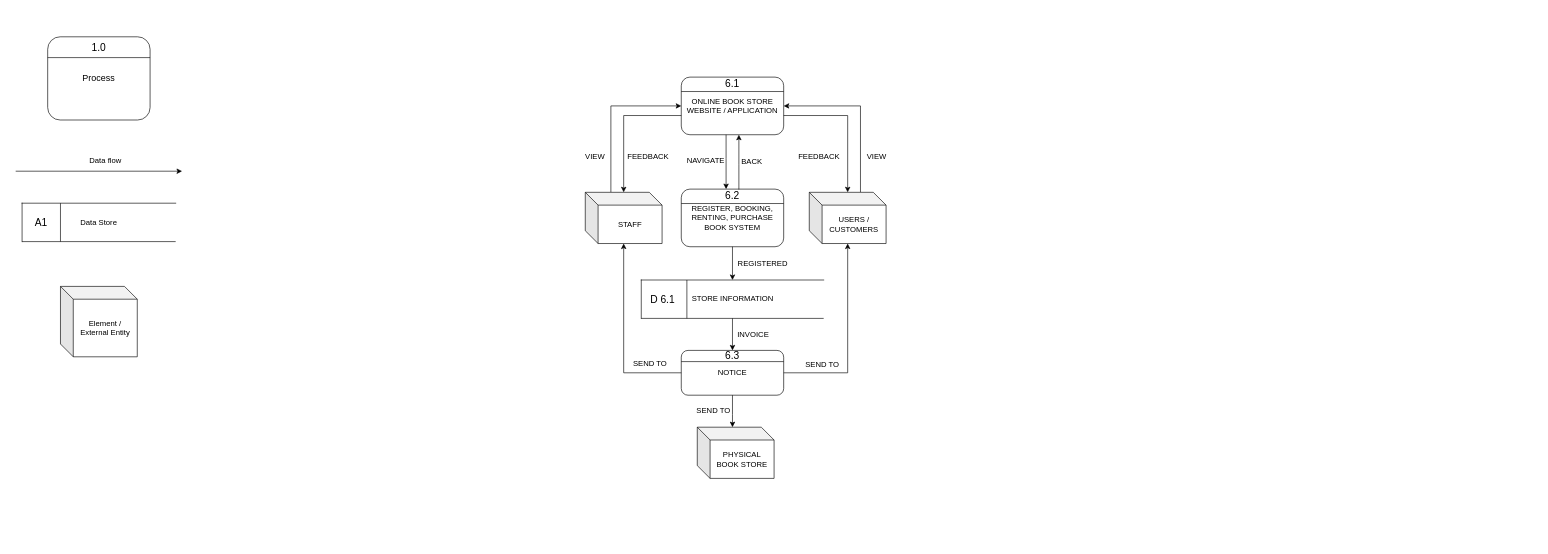
Before: page "Data Flow Diagram" (9 of 9) of SYAD Data Flow Diagram .drawio in AngJianming/Bookworm-Paradise-System-Analysis-And-Design, a draw.io diagram. Source tidied: cells renumbered, new cells numbered last; positions are measured from the earlier drawing's top-left corner, leaving out a move shared by most shapes. Both pictures are drawn from the tidied source at 64%, with x=0, y=0 at pixel (15, 36).
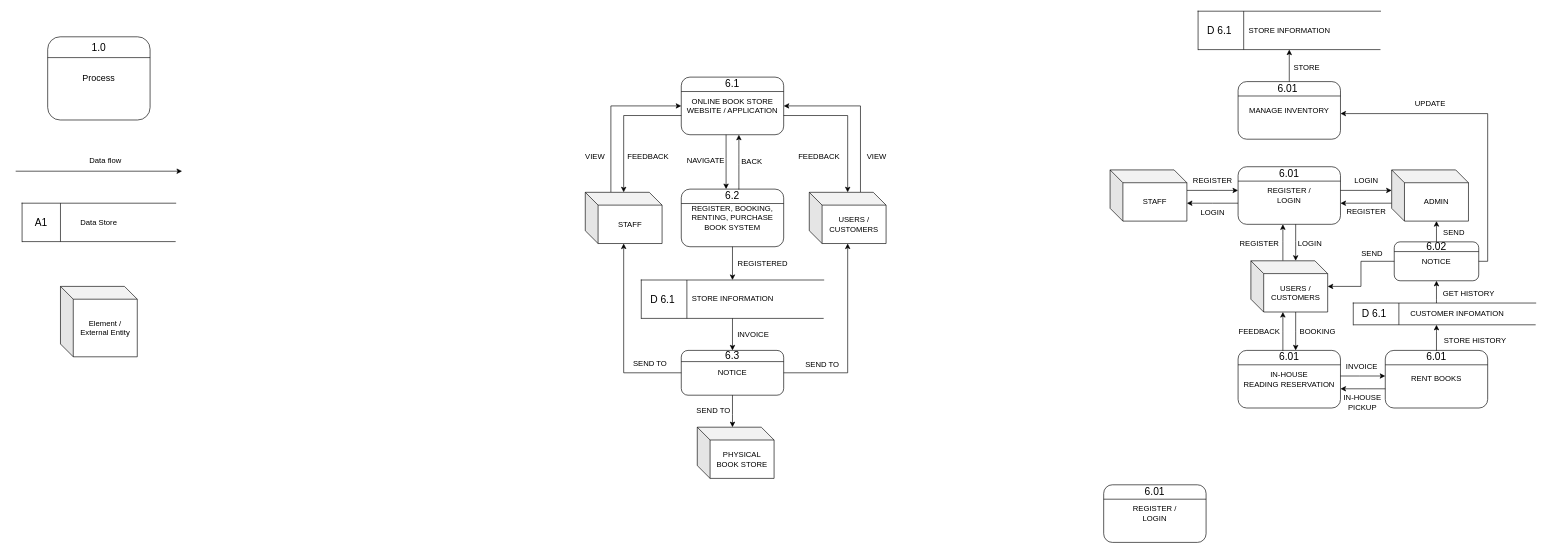
After the change.

Change to the diagram source:
```diff
@@
+    <mxCell id="56" style="edgeStyle=orthogonalEdgeStyle;rounded=0;jettySize=auto;html=1;" parent="1" edge="1" source="57" target="62">
+      <mxGeometry relative="1" as="geometry">
+        <Array as="points">
+          <mxPoint x="1880" y="240" />
+          <mxPoint x="1880" y="240" />
+        </Array>
+      </mxGeometry>
+    </mxCell>
+    <mxCell id="57" value="STAFF" style="shape=cube;whiteSpace=wrap;html=1;boundedLbl=1;backgroundOutline=1;darkOpacity=0.05;darkOpacity2=0.1;" parent="1" vertex="1">
+      <mxGeometry x="1710" y="208" width="120" height="80" as="geometry" />
+    </mxCell>
+    <mxCell id="58" style="edgeStyle=orthogonalEdgeStyle;rounded=0;jettySize=auto;html=1;" parent="1" edge="1" source="60" target="62">
+      <mxGeometry relative="1" as="geometry">
+        <Array as="points">
+          <mxPoint x="1980" y="320" />
+          <mxPoint x="1980" y="320" />
+        </Array>
+      </mxGeometry>
+    </mxCell>
+    <mxCell id="59" style="edgeStyle=orthogonalEdgeStyle;rounded=0;jettySize=auto;html=1;" parent="1" edge="1" source="60" target="77">
+      <mxGeometry relative="1" as="geometry">
+        <Array as="points">
+          <mxPoint x="2000" y="460" />
+          <mxPoint x="2000" y="460" />
+        </Array>
+      </mxGeometry>
+    </mxCell>
+    <mxCell id="60" value="USERS /&lt;div&gt;CUSTOMERS&lt;/div&gt;" style="shape=cube;whiteSpace=wrap;html=1;boundedLbl=1;backgroundOutline=1;darkOpacity=0.05;darkOpacity2=0.1;" parent="1" vertex="1">
+      <mxGeometry x="1930" y="350" width="120" height="80" as="geometry" />
+    </mxCell>
+    <mxCell id="61" style="group;" parent="1" vertex="1">
+      <mxGeometry x="1910" y="203" width="160" height="90" as="geometry" />
+    </mxCell>
+    <mxCell id="62" value="REGISTER /&lt;div&gt;LOGIN&lt;/div&gt;" style="rounded=1;whiteSpace=wrap;html=1;" parent="61" vertex="1">
+      <mxGeometry width="160" height="90" as="geometry" />
+    </mxCell>
+    <mxCell id="63" style="endArrow=none;html=1;rounded=0;exitX=0;exitY=0.25;exitDx=0;exitDy=0;entryX=1;entryY=0.25;entryDx=0;entryDy=0;" parent="61" edge="1" source="62" target="62">
+      <mxGeometry relative="1" as="geometry" />
+    </mxCell>
+    <mxCell id="64" value="&lt;span style=&quot;font-size: 16px;&quot;&gt;6.01&lt;/span&gt;" style="text;html=1;align=center;verticalAlign=middle;whiteSpace=wrap;rounded=0;" parent="61" vertex="1">
+      <mxGeometry x="50" y="0.6" width="60" height="18.5" as="geometry" />
+    </mxCell>
+    <mxCell id="65" style="edgeStyle=orthogonalEdgeStyle;rounded=0;jettySize=auto;html=1;" parent="1" edge="1" source="66" target="62">
+      <mxGeometry relative="1" as="geometry">
+        <Array as="points">
+          <mxPoint x="2110" y="260" />
+          <mxPoint x="2110" y="260" />
+        </Array>
+      </mxGeometry>
+    </mxCell>
+    <mxCell id="66" value="ADMIN" style="shape=cube;whiteSpace=wrap;html=1;boundedLbl=1;backgroundOutline=1;darkOpacity=0.05;darkOpacity2=0.1;" parent="1" vertex="1">
+      <mxGeometry x="2150" y="208" width="120" height="80" as="geometry" />
+    </mxCell>
+    <mxCell id="67" style="edgeStyle=orthogonalEdgeStyle;rounded=0;jettySize=auto;html=1;" parent="1" edge="1" source="62" target="66">
+      <mxGeometry relative="1" as="geometry">
+        <Array as="points">
+          <mxPoint x="2110" y="240" />
+          <mxPoint x="2110" y="240" />
+        </Array>
+      </mxGeometry>
+    </mxCell>
+    <mxCell id="68" style="edgeStyle=orthogonalEdgeStyle;rounded=0;jettySize=auto;html=1;" parent="1" edge="1" source="62" target="57">
+      <mxGeometry relative="1" as="geometry">
+        <Array as="points">
+          <mxPoint x="1870" y="260" />
+          <mxPoint x="1870" y="260" />
+        </Array>
+      </mxGeometry>
+    </mxCell>
+    <mxCell id="69" style="edgeStyle=orthogonalEdgeStyle;rounded=0;jettySize=auto;html=1;" parent="1" edge="1" source="62" target="60">
+      <mxGeometry relative="1" as="geometry">
+        <Array as="points">
+          <mxPoint x="2000" y="320" />
+          <mxPoint x="2000" y="320" />
+        </Array>
+      </mxGeometry>
+    </mxCell>
+    <mxCell id="70" value="REGISTER" style="text;html=1;align=center;verticalAlign=middle;strokeColor=none;fillColor=none;" parent="1" vertex="1">
+      <mxGeometry x="1830" y="210" width="80" height="30" as="geometry" />
+    </mxCell>
+    <mxCell id="71" value="LOGIN" style="text;html=1;align=center;verticalAlign=middle;strokeColor=none;fillColor=none;" parent="1" vertex="1">
+      <mxGeometry x="1840" y="260" width="60" height="30" as="geometry" />
+    </mxCell>
+    <mxCell id="72" value="LOGIN" style="text;html=1;align=center;verticalAlign=middle;strokeColor=none;fillColor=none;" parent="1" vertex="1">
+      <mxGeometry x="2080" y="210" width="60" height="30" as="geometry" />
+    </mxCell>
+    <mxCell id="73" value="REGISTER" style="text;html=1;align=center;verticalAlign=middle;strokeColor=none;fillColor=none;" parent="1" vertex="1">
+      <mxGeometry x="2070" y="258" width="80" height="30" as="geometry" />
+    </mxCell>
+    <mxCell id="74" value="LOGIN" style="text;html=1;align=center;verticalAlign=middle;strokeColor=none;fillColor=none;" parent="1" vertex="1">
+      <mxGeometry x="1992" y="309" width="60" height="30" as="geometry" />
+    </mxCell>
+    <mxCell id="75" value="REGISTER" style="text;html=1;align=center;verticalAlign=middle;strokeColor=none;fillColor=none;" parent="1" vertex="1">
+      <mxGeometry x="1903" y="309" width="80" height="30" as="geometry" />
+    </mxCell>
+    <mxCell id="76" style="group;" parent="1" vertex="1">
+      <mxGeometry x="1910" y="490" width="160" height="90" as="geometry" />
+    </mxCell>
+    <mxCell id="77" value="IN-HOUSE&lt;div&gt;READING RESERVATION&lt;/div&gt;" style="rounded=1;whiteSpace=wrap;html=1;" parent="76" vertex="1">
+      <mxGeometry width="160" height="90" as="geometry" />
+    </mxCell>
+    <mxCell id="78" style="endArrow=none;html=1;rounded=0;exitX=0;exitY=0.25;exitDx=0;exitDy=0;entryX=1;entryY=0.25;entryDx=0;entryDy=0;" parent="76" edge="1" source="77" target="77">
+      <mxGeometry relative="1" as="geometry" />
+    </mxCell>
+    <mxCell id="79" value="&lt;span style=&quot;font-size: 16px;&quot;&gt;6.01&lt;/span&gt;" style="text;html=1;align=center;verticalAlign=middle;whiteSpace=wrap;rounded=0;" parent="76" vertex="1">
+      <mxGeometry x="50" y="0.6" width="60" height="18.5" as="geometry" />
+    </mxCell>
+    <mxCell id="80" style="group;" parent="1" vertex="1">
+      <mxGeometry x="2140" y="490" width="160" height="90" as="geometry" />
+    </mxCell>
+    <mxCell id="81" value="RENT BOOKS" style="rounded=1;whiteSpace=wrap;html=1;" parent="80" vertex="1">
+      <mxGeometry width="160" height="90" as="geometry" />
+    </mxCell>
+    <mxCell id="82" style="endArrow=none;html=1;rounded=0;exitX=0;exitY=0.25;exitDx=0;exitDy=0;entryX=1;entryY=0.25;entryDx=0;entryDy=0;" parent="80" edge="1" source="81" target="81">
+      <mxGeometry relative="1" as="geometry" />
+    </mxCell>
+    <mxCell id="83" value="&lt;span style=&quot;font-size: 16px;&quot;&gt;6.01&lt;/span&gt;" style="text;html=1;align=center;verticalAlign=middle;whiteSpace=wrap;rounded=0;" parent="80" vertex="1">
+      <mxGeometry x="50" y="0.6" width="60" height="18.5" as="geometry" />
+    </mxCell>
+    <mxCell id="84" style="group;" parent="1" vertex="1">
+      <mxGeometry x="1700" y="700" width="160" height="90" as="geometry" />
+    </mxCell>
+    <mxCell id="85" value="REGISTER /&lt;div&gt;LOGIN&lt;/div&gt;" style="rounded=1;whiteSpace=wrap;html=1;" parent="84" vertex="1">
+      <mxGeometry width="160" height="90" as="geometry" />
+    </mxCell>
+    <mxCell id="86" style="endArrow=none;html=1;rounded=0;exitX=0;exitY=0.25;exitDx=0;exitDy=0;entryX=1;entryY=0.25;entryDx=0;entryDy=0;" parent="84" edge="1" source="85" target="85">
+      <mxGeometry relative="1" as="geometry" />
+    </mxCell>
+    <mxCell id="87" value="&lt;span style=&quot;font-size: 16px;&quot;&gt;6.01&lt;/span&gt;" style="text;html=1;align=center;verticalAlign=middle;whiteSpace=wrap;rounded=0;" parent="84" vertex="1">
+      <mxGeometry x="50" y="0.6" width="60" height="18.5" as="geometry" />
+    </mxCell>
+    <mxCell id="88" style="group;" parent="1" vertex="1">
+      <mxGeometry x="1910" y="70" width="160" height="90" as="geometry" />
+    </mxCell>
+    <mxCell id="89" value="MANAGE INVENTORY" style="rounded=1;whiteSpace=wrap;html=1;" parent="88" vertex="1">
+      <mxGeometry width="160" height="90" as="geometry" />
+    </mxCell>
+    <mxCell id="90" style="endArrow=none;html=1;rounded=0;exitX=0;exitY=0.25;exitDx=0;exitDy=0;entryX=1;entryY=0.25;entryDx=0;entryDy=0;" parent="88" edge="1" source="89" target="89">
+      <mxGeometry relative="1" as="geometry" />
+    </mxCell>
+    <mxCell id="91" value="&lt;span style=&quot;font-size: 16px;&quot;&gt;6.01&amp;nbsp;&lt;/span&gt;" style="text;html=1;align=center;verticalAlign=middle;whiteSpace=wrap;rounded=0;" parent="88" vertex="1">
+      <mxGeometry x="50" y="0.6" width="60" height="18.5" as="geometry" />
+    </mxCell>
+    <mxCell id="92" style="edgeStyle=orthogonalEdgeStyle;rounded=0;jettySize=auto;html=1;" parent="1" edge="1" source="79" target="60">
+      <mxGeometry relative="1" as="geometry">
+        <Array as="points">
+          <mxPoint x="1980" y="460" />
+          <mxPoint x="1980" y="460" />
+        </Array>
+      </mxGeometry>
+    </mxCell>
+    <mxCell id="93" value="BOOKING" style="text;html=1;align=center;verticalAlign=middle;strokeColor=none;fillColor=none;" parent="1" vertex="1">
+      <mxGeometry x="1994" y="446" width="80" height="30" as="geometry" />
+    </mxCell>
+    <mxCell id="94" value="FEEDBACK" style="text;html=1;align=center;verticalAlign=middle;strokeColor=none;fillColor=none;" parent="1" vertex="1">
+      <mxGeometry x="1898" y="446" width="90" height="30" as="geometry" />
+    </mxCell>
+    <mxCell id="95" style="edgeStyle=orthogonalEdgeStyle;rounded=0;jettySize=auto;html=1;" parent="1" edge="1" source="77" target="81">
+      <mxGeometry relative="1" as="geometry">
+        <Array as="points">
+          <mxPoint x="2100" y="530" />
+          <mxPoint x="2100" y="530" />
+        </Array>
+      </mxGeometry>
+    </mxCell>
+    <mxCell id="96" style="edgeStyle=orthogonalEdgeStyle;rounded=0;jettySize=auto;html=1;" parent="1" edge="1" source="81" target="77">
+      <mxGeometry relative="1" as="geometry">
+        <Array as="points">
+          <mxPoint x="2110" y="550" />
+          <mxPoint x="2110" y="550" />
+        </Array>
+      </mxGeometry>
+    </mxCell>
+    <mxCell id="97" value="INVOICE" style="text;html=1;align=center;verticalAlign=middle;strokeColor=none;fillColor=none;" parent="1" vertex="1">
+      <mxGeometry x="2068" y="500" width="70" height="30" as="geometry" />
+    </mxCell>
+    <mxCell id="98" value="IN-HOUSE&lt;div&gt;PICKUP&lt;/div&gt;" style="text;html=1;align=center;verticalAlign=middle;strokeColor=none;fillColor=none;" parent="1" vertex="1">
+      <mxGeometry x="2064" y="551" width="80" height="40" as="geometry" />
+    </mxCell>
+    <mxCell id="99" style="group;" parent="1" vertex="1">
+      <mxGeometry x="2090" y="416" width="285" height="34" as="geometry" />
+    </mxCell>
+    <mxCell id="100" value="&lt;blockquote style=&quot;margin: 0 0 0 40px; border: none; padding: 0px;&quot;&gt;&lt;div style=&quot;&quot;&gt;CUSTOMER INFOMATION&lt;/div&gt;&lt;/blockquote&gt;" style="shape=partialRectangle;whiteSpace=wrap;html=1;bottom=0;right=0;fillColor=none;align=center;" parent="99" vertex="1">
+      <mxGeometry width="285" height="34" as="geometry" />
+    </mxCell>
+    <mxCell id="101" style="endArrow=none;html=1;rounded=0;exitX=0;exitY=1;exitDx=0;exitDy=0;entryX=1;entryY=1;entryDx=0;entryDy=0;" parent="99" edge="1" source="100" target="100">
+      <mxGeometry relative="1" as="geometry" />
+    </mxCell>
+    <mxCell id="102" style="endArrow=none;html=1;rounded=0;entryX=0.25;entryY=0;entryDx=0;entryDy=0;exitX=0.25;exitY=1;exitDx=0;exitDy=0;" parent="99" edge="1" source="100" target="100">
+      <mxGeometry relative="1" as="geometry" />
+    </mxCell>
+    <mxCell id="103" value="&lt;span style=&quot;font-size: 16px;&quot;&gt;D 6.1&lt;/span&gt;" style="text;html=1;align=center;verticalAlign=middle;whiteSpace=wrap;rounded=0;" parent="99" vertex="1">
+      <mxGeometry y="8.5" width="65.8" height="17" as="geometry" />
+    </mxCell>
+    <mxCell id="104" style="edgeStyle=orthogonalEdgeStyle;rounded=0;jettySize=auto;html=1;" parent="1" edge="1" source="83" target="100">
+      <mxGeometry relative="1" as="geometry">
+        <Array as="points">
+          <mxPoint x="2220" y="460" />
+          <mxPoint x="2220" y="460" />
+        </Array>
+      </mxGeometry>
+    </mxCell>
+    <mxCell id="105" style="group;" parent="1" vertex="1">
+      <mxGeometry x="2154" y="320" width="132" height="61.2" as="geometry" />
+    </mxCell>
+    <mxCell id="106" value="NOTICE" style="rounded=1;whiteSpace=wrap;html=1;" parent="105" vertex="1">
+      <mxGeometry y="0.4" width="132" height="60.8" as="geometry" />
+    </mxCell>
+    <mxCell id="107" style="endArrow=none;html=1;rounded=0;exitX=0;exitY=0.25;exitDx=0;exitDy=0;entryX=1;entryY=0.25;entryDx=0;entryDy=0;" parent="105" edge="1" source="106" target="106">
+      <mxGeometry relative="1" as="geometry" />
+    </mxCell>
+    <mxCell id="108" value="&lt;span style=&quot;font-size: 16px;&quot;&gt;6.02&lt;/span&gt;" style="text;html=1;align=center;verticalAlign=middle;whiteSpace=wrap;rounded=0;" parent="105" vertex="1">
+      <mxGeometry x="41.2" width="49.5" height="16" as="geometry" />
+    </mxCell>
+    <mxCell id="109" value="STORE HISTORY" style="text;html=1;align=center;verticalAlign=middle;strokeColor=none;fillColor=none;" parent="1" vertex="1">
+      <mxGeometry x="2220" y="460" width="120" height="30" as="geometry" />
+    </mxCell>
+    <mxCell id="110" style="edgeStyle=orthogonalEdgeStyle;rounded=0;jettySize=auto;html=1;" parent="1" edge="1" source="100" target="106">
+      <mxGeometry relative="1" as="geometry">
+        <Array as="points">
+          <mxPoint x="2220" y="410" />
+          <mxPoint x="2220" y="410" />
+        </Array>
+      </mxGeometry>
+    </mxCell>
+    <mxCell id="111" style="edgeStyle=orthogonalEdgeStyle;rounded=0;jettySize=auto;html=1;" parent="1" edge="1" source="106" target="66">
+      <mxGeometry relative="1" as="geometry">
+        <Array as="points">
+          <mxPoint x="2220" y="300" />
+          <mxPoint x="2220" y="300" />
+        </Array>
+      </mxGeometry>
+    </mxCell>
+    <mxCell id="112" value="GET HISTORY" style="text;html=1;align=center;verticalAlign=middle;strokeColor=none;fillColor=none;" parent="1" vertex="1">
+      <mxGeometry x="2220" y="386" width="100" height="30" as="geometry" />
+    </mxCell>
+    <mxCell id="113" value="SEND" style="text;html=1;align=center;verticalAlign=middle;strokeColor=none;fillColor=none;" parent="1" vertex="1">
+      <mxGeometry x="2217" y="291" width="60" height="30" as="geometry" />
+    </mxCell>
+    <mxCell id="114" style="edgeStyle=orthogonalEdgeStyle;rounded=0;jettySize=auto;html=1;" parent="1" edge="1" source="106" target="60">
+      <mxGeometry relative="1" as="geometry" />
+    </mxCell>
+    <mxCell id="115" value="SEND" style="text;html=1;align=center;verticalAlign=middle;strokeColor=none;fillColor=none;" parent="1" vertex="1">
+      <mxGeometry x="2089" y="324" width="60" height="30" as="geometry" />
+    </mxCell>
+    <mxCell id="116" style="edgeStyle=orthogonalEdgeStyle;rounded=0;jettySize=auto;html=1;" parent="1" edge="1" source="106" target="89">
+      <mxGeometry relative="1" as="geometry">
+        <Array as="points">
+          <mxPoint x="2300" y="351" />
+          <mxPoint x="2300" y="120" />
+        </Array>
+      </mxGeometry>
+    </mxCell>
+    <mxCell id="117" style="group;" parent="1" vertex="1">
+      <mxGeometry x="1847.5" y="-40" width="285" height="60" as="geometry" />
+    </mxCell>
+    <mxCell id="118" value="STORE INFORMATION" style="shape=partialRectangle;whiteSpace=wrap;html=1;bottom=0;right=0;fillColor=none;" parent="117" vertex="1">
+      <mxGeometry width="285" height="60" as="geometry" />
+    </mxCell>
+    <mxCell id="119" style="endArrow=none;html=1;rounded=0;exitX=0;exitY=1;exitDx=0;exitDy=0;entryX=1;entryY=1;entryDx=0;entryDy=0;" parent="117" edge="1" source="118" target="118">
+      <mxGeometry relative="1" as="geometry" />
+    </mxCell>
+    <mxCell id="120" style="endArrow=none;html=1;rounded=0;entryX=0.25;entryY=0;entryDx=0;entryDy=0;exitX=0.25;exitY=1;exitDx=0;exitDy=0;" parent="117" edge="1" source="118" target="118">
+      <mxGeometry relative="1" as="geometry" />
+    </mxCell>
+    <mxCell id="121" value="&lt;span style=&quot;font-size: 16px;&quot;&gt;D 6.1&lt;/span&gt;" style="text;html=1;align=center;verticalAlign=middle;whiteSpace=wrap;rounded=0;" parent="117" vertex="1">
+      <mxGeometry y="15" width="65.8" height="30" as="geometry" />
+    </mxCell>
+    <mxCell id="122" style="edgeStyle=orthogonalEdgeStyle;rounded=0;jettySize=auto;html=1;" parent="1" edge="1" source="89" target="118">
+      <mxGeometry relative="1" as="geometry" />
+    </mxCell>
+    <mxCell id="123" value="UPDATE" style="text;html=1;align=center;verticalAlign=middle;strokeColor=none;fillColor=none;" parent="1" vertex="1">
+      <mxGeometry x="2175" y="90" width="70" height="30" as="geometry" />
+    </mxCell>
+    <mxCell id="124" value="STORE" style="text;html=1;align=center;verticalAlign=middle;strokeColor=none;fillColor=none;" parent="1" vertex="1">
+      <mxGeometry x="1987" y="34" width="60" height="30" as="geometry" />
+    </mxCell>
```
